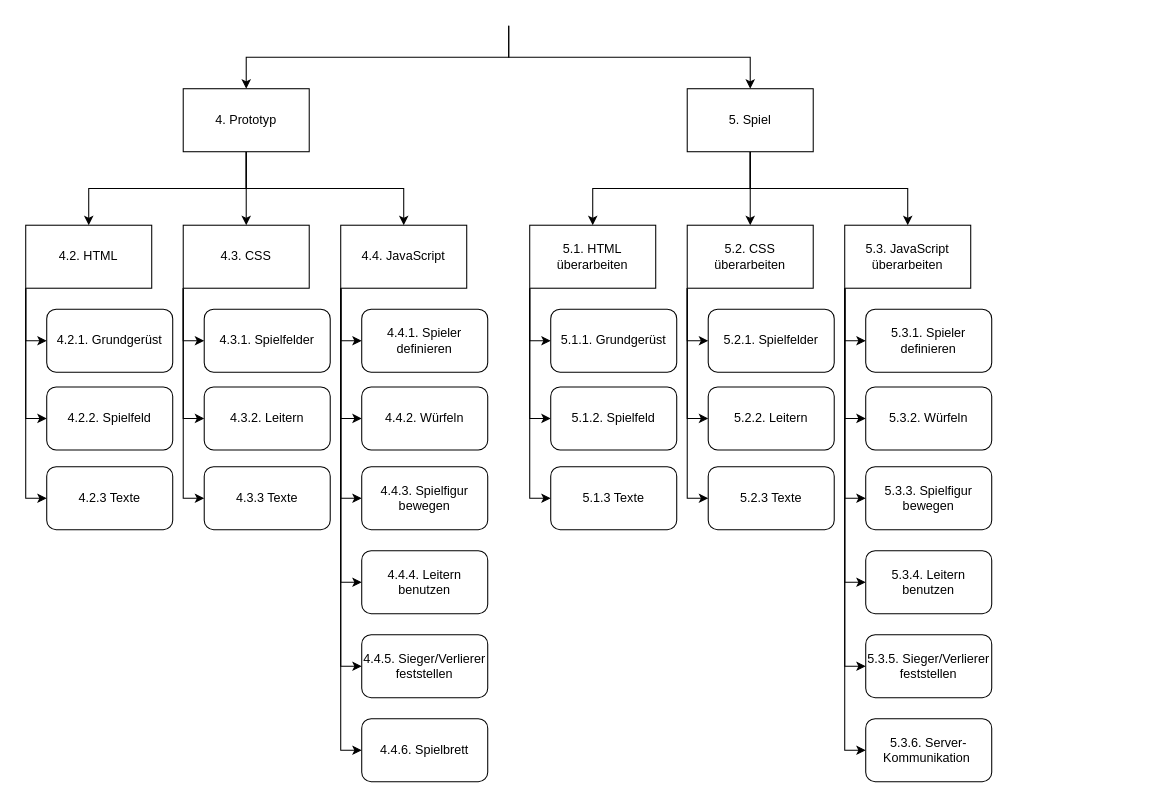
Above: documents/PSP_ergaenzung.drawio in anna-staub/leiterlispiel (draw.io), before the change. Source tidied: cells renumbered, new cells numbered last; positions are measured from the earlier drawing's top-left corner, leaving out a move shared by most shapes. Both pictures are drawn from the tidied source at 105%, with x=0, y=0 at pixel (25, 25).
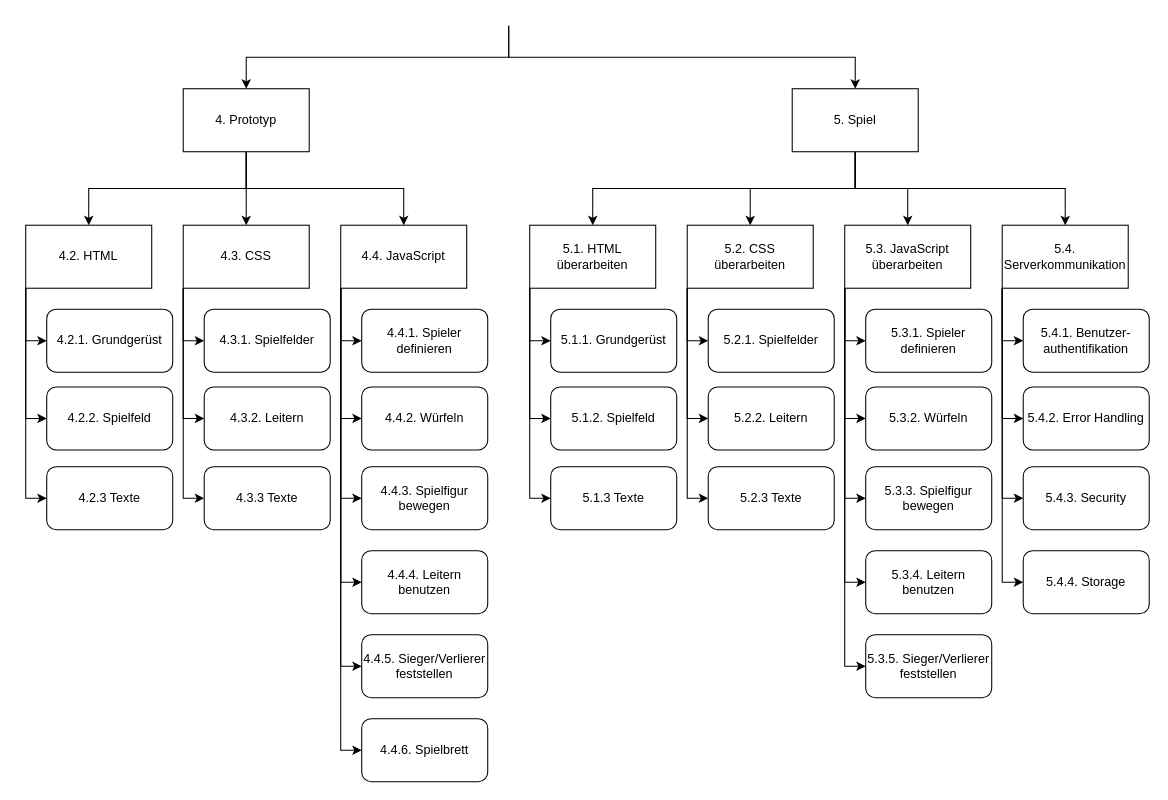
Above is the later version.

Unchanged cells that the change refers to:
```xml
<mxCell id="43" value="5.3. JavaScript überarbeiten" style="rounded=0;whiteSpace=wrap;html=1;" parent="1" vertex="1">
  <mxGeometry x="780" y="190" width="120" height="60" as="geometry" />
</mxCell>
```

What changed in the source:
```diff
@@
     <mxCell id="27" style="edgeStyle=orthogonalEdgeStyle;rounded=0;jettySize=auto;html=1;exitX=0.5;exitY=0;exitDx=0;exitDy=0;endArrow=none;endFill=0;startArrow=classic;startFill=1;" parent="1" edge="1" source="28">
       <mxGeometry relative="1" as="geometry">
         <mxPoint x="460" as="targetPoint" />
         <Array as="points">
-          <mxPoint x="690" y="30" />
+          <mxPoint x="790" y="30" />
           <mxPoint x="460" y="30" />
         </Array>
       </mxGeometry>
     </mxCell>
+    <mxCell id="66" style="edgeStyle=orthogonalEdgeStyle;rounded=0;jettySize=auto;html=1;exitX=0.5;exitY=1;exitDx=0;exitDy=0;" parent="1" edge="1" source="28" target="71">
+      <mxGeometry relative="1" as="geometry" />
+    </mxCell>
     <mxCell id="28" value="5. Spiel" style="rounded=0;whiteSpace=wrap;html=1;" parent="1" vertex="1">
-      <mxGeometry x="630" y="60" width="120" height="60" as="geometry" />
+      <mxGeometry x="730" y="60" width="120" height="60" as="geometry" />
     </mxCell>
@@
-    <mxCell id="42" style="edgeStyle=orthogonalEdgeStyle;rounded=0;jettySize=auto;html=1;exitX=0;exitY=1;exitDx=0;exitDy=0;entryX=0;entryY=0.5;entryDx=0;entryDy=0;" parent="1" edge="1" source="43" target="54">
-      <mxGeometry relative="1" as="geometry" />
-    </mxCell>
@@
-    <mxCell id="54" value="5.3.6. Server-Kommunikation&amp;nbsp;" style="rounded=1;whiteSpace=wrap;html=1;" parent="1" vertex="1">
-      <mxGeometry x="800" y="660" width="120" height="60" as="geometry" />
-    </mxCell>
@@
+    <mxCell id="67" style="edgeStyle=orthogonalEdgeStyle;rounded=0;jettySize=auto;html=1;exitX=0;exitY=1;exitDx=0;exitDy=0;entryX=0;entryY=0.5;entryDx=0;entryDy=0;" parent="1" edge="1" source="71" target="72">
+      <mxGeometry relative="1" as="geometry" />
+    </mxCell>
+    <mxCell id="68" style="edgeStyle=orthogonalEdgeStyle;rounded=0;jettySize=auto;html=1;exitX=0;exitY=1;exitDx=0;exitDy=0;entryX=0;entryY=0.5;entryDx=0;entryDy=0;" parent="1" edge="1" source="71" target="73">
+      <mxGeometry relative="1" as="geometry" />
+    </mxCell>
+    <mxCell id="69" style="edgeStyle=orthogonalEdgeStyle;rounded=0;jettySize=auto;html=1;exitX=0;exitY=1;exitDx=0;exitDy=0;entryX=0;entryY=0.5;entryDx=0;entryDy=0;" parent="1" edge="1" source="71" target="74">
+      <mxGeometry relative="1" as="geometry" />
+    </mxCell>
+    <mxCell id="70" style="edgeStyle=orthogonalEdgeStyle;rounded=0;jettySize=auto;html=1;exitX=0;exitY=1;exitDx=0;exitDy=0;entryX=0;entryY=0.5;entryDx=0;entryDy=0;" parent="1" edge="1" source="71" target="75">
+      <mxGeometry relative="1" as="geometry" />
+    </mxCell>
+    <mxCell id="71" value="5.4. Serverkommunikation" style="rounded=0;whiteSpace=wrap;html=1;" parent="1" vertex="1">
+      <mxGeometry x="930" y="190" width="120" height="60" as="geometry" />
+    </mxCell>
+    <mxCell id="72" value="5.4.1. Benutzer-authentifikation" style="rounded=1;whiteSpace=wrap;html=1;" parent="1" vertex="1">
+      <mxGeometry x="950" y="270" width="120" height="60" as="geometry" />
+    </mxCell>
+    <mxCell id="73" value="5.4.2. Error Handling" style="rounded=1;whiteSpace=wrap;html=1;" parent="1" vertex="1">
+      <mxGeometry x="950" y="344" width="120" height="60" as="geometry" />
+    </mxCell>
+    <mxCell id="74" value="5.4.3. Security" style="rounded=1;whiteSpace=wrap;html=1;" parent="1" vertex="1">
+      <mxGeometry x="950" y="420" width="120" height="60" as="geometry" />
+    </mxCell>
+    <mxCell id="75" value="5.4.4. Storage" style="rounded=1;whiteSpace=wrap;html=1;" parent="1" vertex="1">
+      <mxGeometry x="950" y="500" width="120" height="60" as="geometry" />
+    </mxCell>
```
